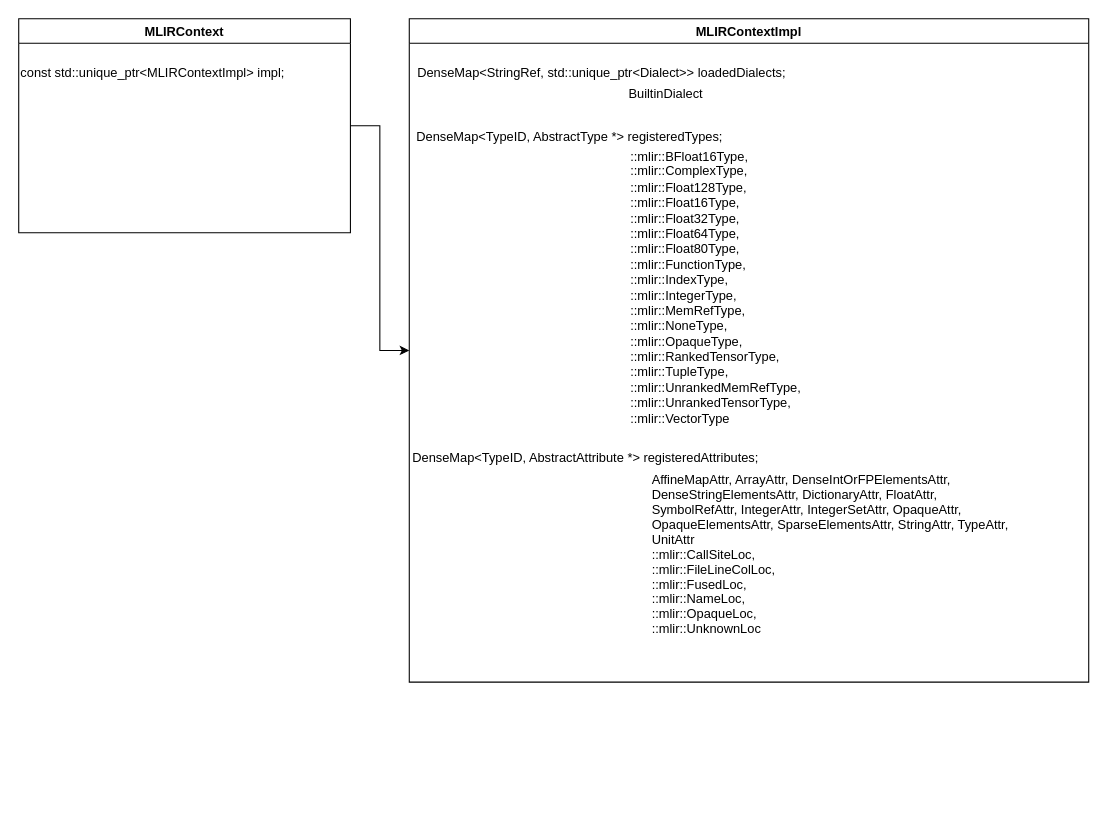
Earlier version of the draw.io diagram draw/mlir.drawio (dracohan/jmhan.github.io). Source tidied: cells renumbered, new cells numbered last; positions are measured from the earlier drawing's top-left corner, leaving out a move shared by most shapes. Both pictures are drawn from the tidied source at 107%, with x=0, y=0 at pixel (18, 18).
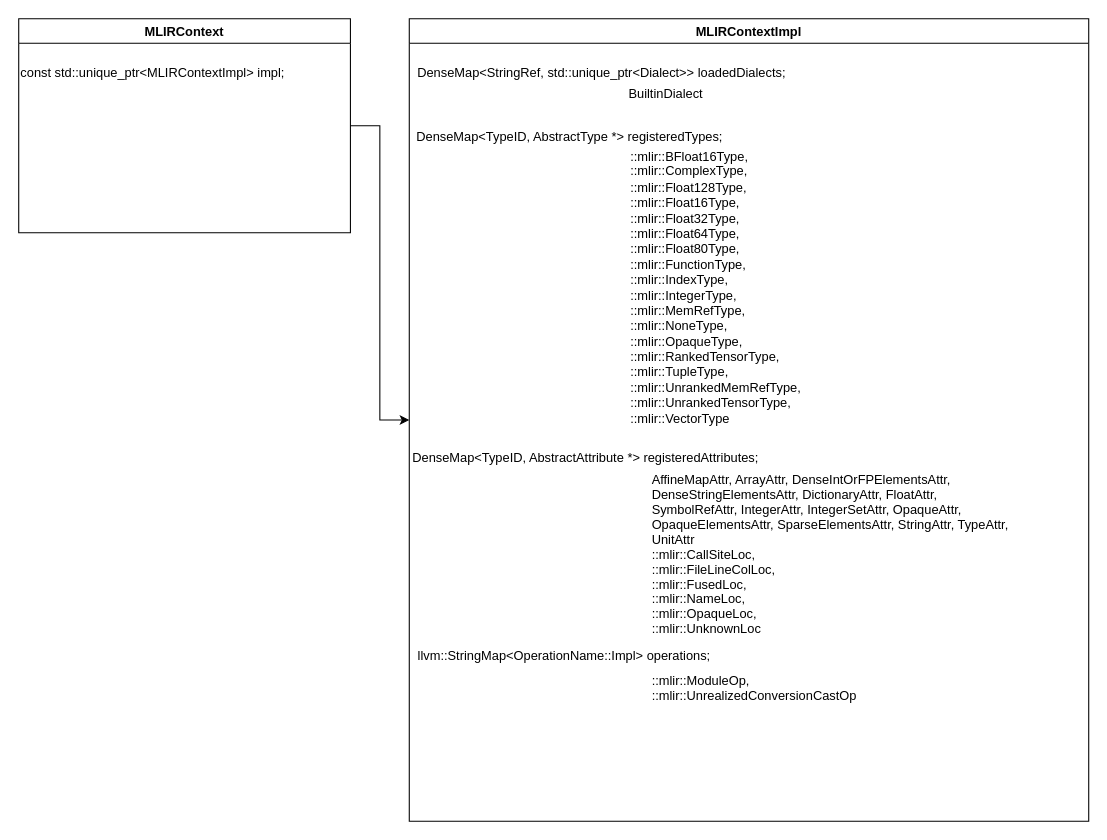
After the change.

Diff of the diagram source:
```diff
@@
 <mxGraphModel>
   <root>
     <mxCell id="0" />
     <mxCell id="1" parent="0" />
     <mxCell id="2" style="edgeStyle=orthogonalEdgeStyle;rounded=0;jettySize=auto;html=1;exitX=1;exitY=0.5;exitDx=0;exitDy=0;entryX=0;entryY=0.5;entryDx=0;entryDy=0;fontFamily=Helvetica;fontSize=12;fontColor=#000000;" parent="1" edge="1" source="3" target="5">
       <mxGeometry relative="1" as="geometry" />
     </mxCell>
     <mxCell id="3" value="MLIRContext" style="swimlane;fontColor=#000000;fillColor=default;startSize=23;" parent="1" vertex="1">
       <mxGeometry width="310" height="200" as="geometry" />
     </mxCell>
     <mxCell id="4" value="const std::unique_ptr&lt;MLIRContextImpl&gt; impl;" style="text;align=left;verticalAlign=middle;strokeColor=none;fillColor=none;fontColor=#000000;" parent="3" vertex="1">
       <mxGeometry y="40" width="260" height="20" as="geometry" />
     </mxCell>
     <mxCell id="5" value="MLIRContextImpl" style="swimlane;fontColor=#000000;fillColor=default;startSize=23;" parent="1" vertex="1">
-      <mxGeometry x="365" width="635" height="620" as="geometry" />
+      <mxGeometry x="365" width="635" height="750" as="geometry" />
     </mxCell>
     <mxCell id="6" value="DenseMap&lt;TypeID, AbstractType *&gt; registeredTypes;" style="text;align=left;verticalAlign=middle;strokeColor=none;fillColor=none;fontColor=#000000;" parent="5" vertex="1">
       <mxGeometry x="5" y="95" width="490" height="30" as="geometry" />
     </mxCell>
     <mxCell id="7" value="::mlir::BFloat16Type,&#10;::mlir::ComplexType,&#10;::mlir::Float128Type,&#10;::mlir::Float16Type,&#10;::mlir::Float32Type,&#10;::mlir::Float64Type,&#10;::mlir::Float80Type,&#10;::mlir::FunctionType,&#10;::mlir::IndexType,&#10;::mlir::IntegerType,&#10;::mlir::MemRefType,&#10;::mlir::NoneType,&#10;::mlir::OpaqueType,&#10;::mlir::RankedTensorType,&#10;::mlir::TupleType,&#10;::mlir::UnrankedMemRefType,&#10;::mlir::UnrankedTensorType,&#10;::mlir::VectorType" style="text;whiteSpace=wrap;fontSize=12;fontFamily=Helvetica;fontColor=#000000;" parent="5" vertex="1">
       <mxGeometry x="205" y="115" width="290" height="270" as="geometry" />
     </mxCell>
     <mxCell id="8" value="DenseMap&lt;StringRef, std::unique_ptr&lt;Dialect&gt;&gt; loadedDialects;" style="text;align=center;verticalAlign=middle;strokeColor=none;fillColor=none;fontSize=12;fontFamily=Helvetica;fontColor=#000000;" parent="5" vertex="1">
       <mxGeometry y="40" width="360" height="20" as="geometry" />
     </mxCell>
     <mxCell id="9" value="BuiltinDialect" style="text;align=center;verticalAlign=middle;strokeColor=none;fillColor=none;fontSize=12;fontFamily=Helvetica;fontColor=#000000;" parent="5" vertex="1">
       <mxGeometry x="165" y="55" width="150" height="30" as="geometry" />
     </mxCell>
     <mxCell id="10" value="DenseMap&lt;TypeID, AbstractAttribute *&gt; registeredAttributes;" style="text;align=center;verticalAlign=middle;strokeColor=none;fillColor=none;fontSize=12;fontFamily=Helvetica;fontColor=#000000;" parent="5" vertex="1">
       <mxGeometry x="-125" y="395" width="580" height="30" as="geometry" />
     </mxCell>
     <mxCell id="11" value="AffineMapAttr, ArrayAttr, DenseIntOrFPElementsAttr,&#10;                DenseStringElementsAttr, DictionaryAttr, FloatAttr,&#10;                SymbolRefAttr, IntegerAttr, IntegerSetAttr, OpaqueAttr,&#10;                OpaqueElementsAttr, SparseElementsAttr, StringAttr, TypeAttr,&#10;                UnitAttr&#10;::mlir::CallSiteLoc,&#10;::mlir::FileLineColLoc,&#10;::mlir::FusedLoc,&#10;::mlir::NameLoc,&#10;::mlir::OpaqueLoc,&#10;::mlir::UnknownLoc" style="text;align=left;verticalAlign=middle;strokeColor=none;fillColor=none;fontSize=12;fontFamily=Helvetica;fontColor=#000000;" parent="5" vertex="1">
       <mxGeometry x="225" y="420" width="350" height="160" as="geometry" />
     </mxCell>
+    <mxCell id="12" value="llvm::StringMap&lt;OperationName::Impl&gt; operations;" style="text;align=center;verticalAlign=middle;strokeColor=none;fillColor=none;fontSize=12;fontFamily=Helvetica;fontColor=#000000;" parent="5" vertex="1">
+      <mxGeometry x="-95" y="580" width="480" height="30" as="geometry" />
+    </mxCell>
+    <mxCell id="13" value="::mlir::ModuleOp,&#10;::mlir::UnrealizedConversionCastOp" style="text;align=left;verticalAlign=middle;strokeColor=none;fillColor=none;fontSize=12;fontFamily=Helvetica;fontColor=#000000;" parent="5" vertex="1">
+      <mxGeometry x="225" y="600" width="340" height="50" as="geometry" />
+    </mxCell>
   </root>
 </mxGraphModel>
```
